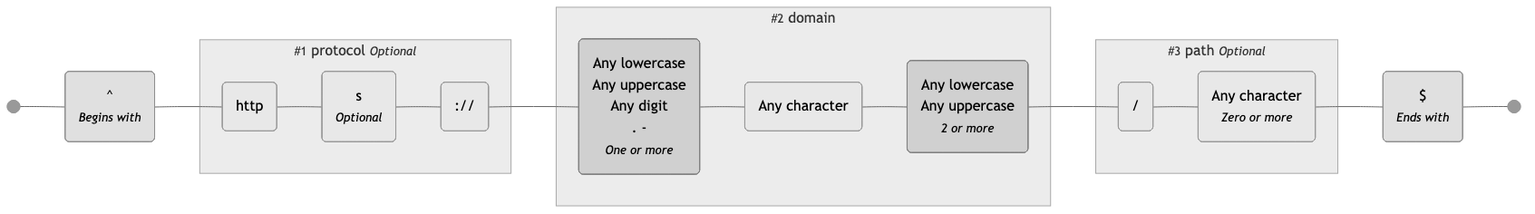
Above: diagrams/url.mermaid-diagram.neutral-theme.png in tayles/regex-to-mermaid (Mermaid), before the change. Its source is kept beside it as diagrams/url.mermaid.
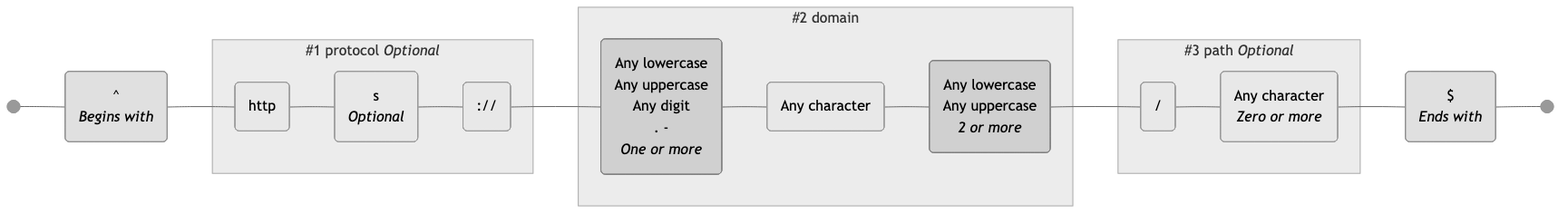
The same file after the commit.

Change to the diagram source:
```diff
@@ -4,30 +4,30 @@
 
   start@{ shape: f-circ };
   fin@{ shape: f-circ };
-  assertion_1("^<br><i><small>Begins with</small></i>"):::assertion;
+  assertion_1("^<br><i>Begins with</i>"):::assertion;
   literal_1("http"):::literal;
-  literal_2("s<br><i><small>Optional</small></i>"):::literal;
+  literal_2("s<br><i>Optional</i>"):::literal;
   literal_3("://"):::literal;
-  char_class_1("Any lowercase<br>Any uppercase<br>Any digit<br>. -<br><i><small>One or more</small></i>"):::char-class;
+  char_class_1("Any lowercase<br>Any uppercase<br>Any digit<br>. -<br><i>One or more</i>"):::char-class;
   literal_4("Any character"):::literal;
-  char_class_2("Any lowercase<br>Any uppercase<br><i><small>2 or more</small></i>"):::char-class;
+  char_class_2("Any lowercase<br>Any uppercase<br><i>2 or more</i>"):::char-class;
   literal_5("/"):::literal;
-  literal_6("Any character<br><i><small>Zero or more</small></i>"):::literal;
-  assertion_2("$<br><i><small>Ends with</small></i>"):::assertion;
+  literal_6("Any character<br><i>Zero or more</i>"):::literal;
+  assertion_2("$<br><i>Ends with</i>"):::assertion;
 
-  subgraph named_capture_1 ["<small>#1</small> protocol <small><i>Optional</i></small>"]
+  subgraph named_capture_1 ["#1 protocol <i>Optional</i>"]
     literal_1
     literal_2
     literal_3
   end
 
-  subgraph named_capture_2 ["<small>#2</small> domain"]
+  subgraph named_capture_2 ["#2 domain"]
     char_class_1
     literal_4
     char_class_2
   end
 
-  subgraph named_capture_3 ["<small>#3</small> path <small><i>Optional</i></small>"]
+  subgraph named_capture_3 ["#3 path <i>Optional</i>"]
     literal_5
     literal_6
   end
```
